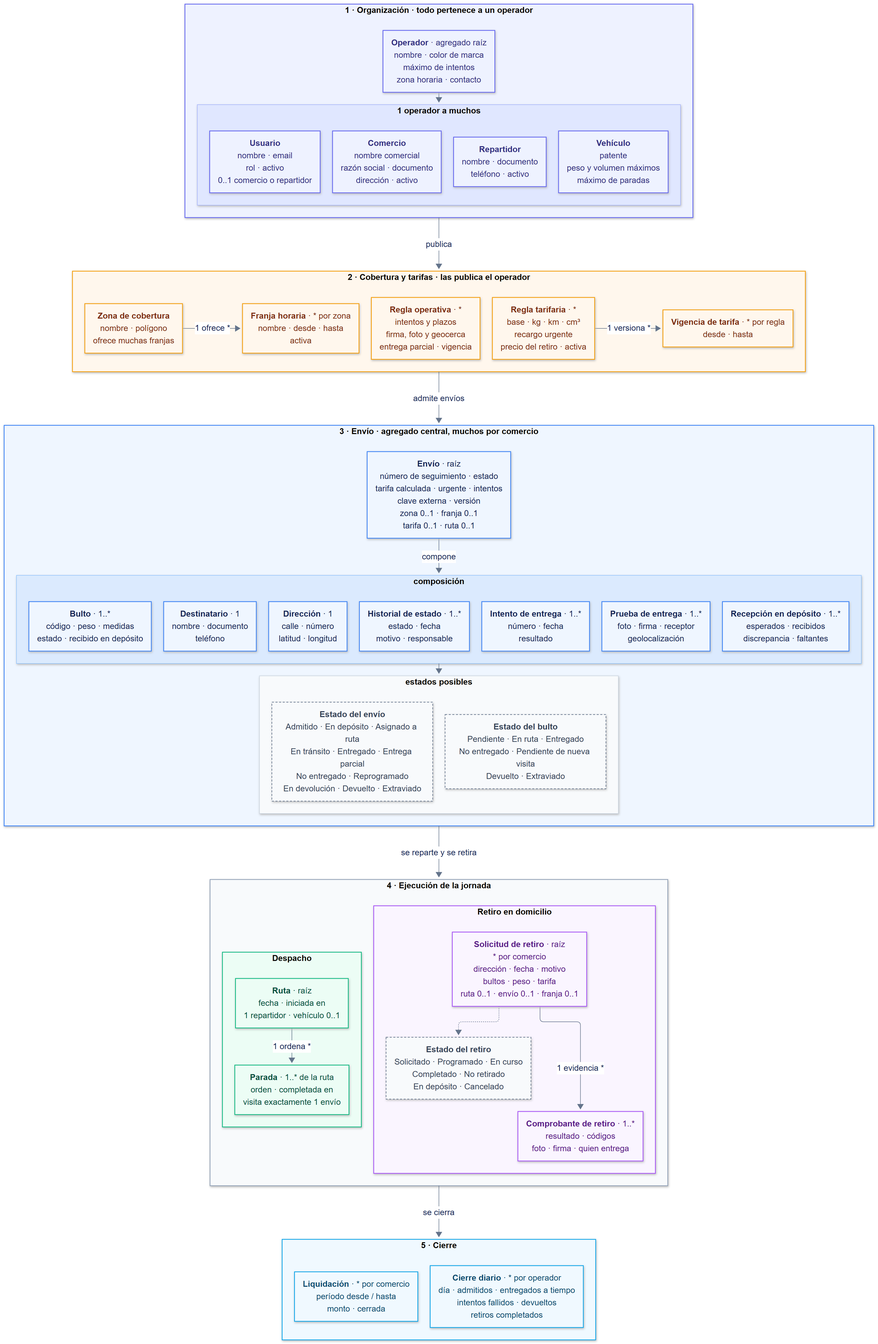
Before: NET/dominio.png, a diagram exported from Mermaid (JoelLeyes/JoelLeyes.github.io). Its source is kept beside it as NET/dominio.mmd.
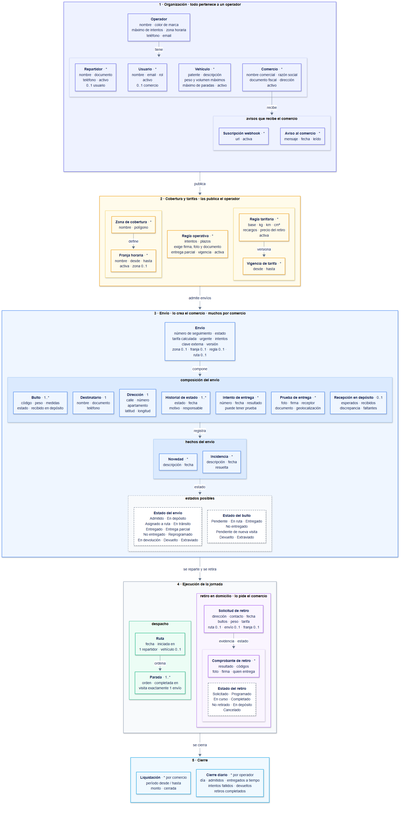
The same diagram one commit later.

Commit message:
modelado de dominio

Diff of the diagram source:
```diff
@@ -1,72 +1,91 @@
-%%{init: {"theme": "base", "themeVariables": {"fontFamily": "Arial, Helvetica, sans-serif", "fontSize": "16px", "primaryTextColor": "#172554", "lineColor": "#64748b", "clusterBkg": "#f8fafc", "clusterBorder": "#cbd5e1", "edgeLabelBackground": "#ffffff"}, "themeCSS": ".nodeLabel, .edgeLabel, .cluster-label, .label, span, p, text { font-family: Arial, Helvetica, sans-serif !important; } .cluster-label span { font-weight: bold; }", "flowchart": {"curve": "basis", "nodeSpacing": 28, "rankSpacing": 40, "padding": 18, "htmlLabels": true, "wrappingWidth": 280, "useMaxWidth": false}}}%%
+%%{init: {"theme": "base", "themeVariables": {"fontFamily": "Arial, Helvetica, sans-serif", "fontSize": "15px", "primaryTextColor": "#172554", "lineColor": "#64748b", "clusterBkg": "#f8fafc", "clusterBorder": "#cbd5e1", "edgeLabelBackground": "#ffffff"}, "themeCSS": ".nodeLabel, .edgeLabel, .cluster-label, .label, span, p, text { font-family: Arial, Helvetica, sans-serif !important; } .cluster-label span { font-weight: bold; }", "flowchart": {"curve": "basis", "nodeSpacing": 26, "rankSpacing": 42, "padding": 16, "htmlLabels": true, "wrappingWidth": 260}}}%%
 flowchart TB
 
     subgraph ORG["1 · Organización · todo pertenece a un operador"]
         direction TB
-        OP["<b>Operador</b> · agregado raíz<br/>nombre · color de marca<br/>máximo de intentos<br/>zona horaria · contacto"]
-        subgraph MIEM["1 operador a muchos"]
+        OP["<b>Operador</b><br/>nombre · color de marca<br/>máximo de intentos · zona horaria<br/>teléfono · email"]
+        subgraph ORG_F[" "]
             direction LR
-            US["<b>Usuario</b><br/>nombre · email<br/>rol · activo<br/>0..1 comercio o repartidor"]
-            CO["<b>Comercio</b><br/>nombre comercial<br/>razón social · documento<br/>dirección · activo"]
-            RE["<b>Repartidor</b><br/>nombre · documento<br/>teléfono · activo"]
-            VE["<b>Vehículo</b><br/>patente<br/>peso y volumen máximos<br/>máximo de paradas"]
-            US ~~~ CO ~~~ RE ~~~ VE
+            US["<b>Usuario</b> · *<br/>nombre · email · rol<br/>activo<br/>0..1 comercio"]
+            CO["<b>Comercio</b> · *<br/>nombre comercial · razón social<br/>documento fiscal · dirección<br/>activo"]
+            RE["<b>Repartidor</b> · *<br/>nombre · documento<br/>teléfono · activo<br/>0..1 usuario"]
+            VE["<b>Vehículo</b> · *<br/>patente · descripción<br/>peso y volumen máximos<br/>máximo de paradas · activo"]
         end
-        OP --> MIEM
+        subgraph AVS["avisos que recibe el comercio"]
+            direction LR
+            SW["<b>Suscripción webhook</b> · *<br/>url · activa"]
+            AV["<b>Aviso al comercio</b> · *<br/>mensaje · fecha · leído"]
+        end
+        OP -- "tiene" --> ORG_F
+        CO -- "recibe" --> AVS
     end
 
     subgraph COB["2 · Cobertura y tarifas · las publica el operador"]
         direction LR
-        ZO["<b>Zona de cobertura</b><br/>nombre · polígono<br/>ofrece muchas franjas"]
-        FR["<b>Franja horaria</b> · * por zona<br/>nombre · desde · hasta<br/>activa"]
-        RO["<b>Regla operativa</b> · *<br/>intentos y plazos<br/>firma, foto y geocerca<br/>entrega parcial · vigencia"]
-        RT["<b>Regla tarifaria</b> · *<br/>base · kg · km · cm³<br/>recargo urgente<br/>precio del retiro · activa"]
-        VI["<b>Vigencia de tarifa</b> · * por regla<br/>desde · hasta"]
-        ZO -- "1 ofrece *" --> FR
-        RT -- "1 versiona *" --> VI
-        FR ~~~ RO
-        RO ~~~ RT
+        subgraph ZON[" "]
+            direction TB
+            ZO["<b>Zona de cobertura</b> · *<br/>nombre · polígono"]
+            FR["<b>Franja horaria</b> · *<br/>nombre · desde · hasta<br/>activa · zona 0..1"]
+            ZO -- "define" --> FR
+        end
+        RO["<b>Regla operativa</b> · *<br/>intentos · plazos<br/>exige firma, foto y documento<br/>entrega parcial · vigencia · activa"]
+        subgraph TAR[" "]
+            direction TB
+            RT["<b>Regla tarifaria</b> · *<br/>base · kg · km · cm³<br/>recargos · precio del retiro<br/>activa"]
+            VT["<b>Vigencia de tarifa</b> · *<br/>desde · hasta"]
+            RT -- "versiona" --> VT
+        end
+        ZON ~~~ RO ~~~ TAR
     end
 
-    subgraph ENV["3 · Envío · agregado central, muchos por comercio"]
+    subgraph ENV_G["3 · Envío · lo crea el comercio · muchos por comercio"]
         direction TB
-        EN["<b>Envío</b> · raíz<br/>número de seguimiento · estado<br/>tarifa calculada · urgente · intentos<br/>clave externa · versión<br/>zona 0..1 · franja 0..1<br/>tarifa 0..1 · ruta 0..1"]
-        subgraph PARTES["composición"]
+        EN["<b>Envío</b><br/>número de seguimiento · estado<br/>tarifa calculada · urgente · intentos<br/>clave externa · versión<br/>zona 0..1 · franja 0..1 · regla 0..1 · ruta 0..1"]
+        subgraph COMP["composición del envío"]
             direction LR
             BU["<b>Bulto</b> · 1..*<br/>código · peso · medidas<br/>estado · recibido en depósito"]
             DE["<b>Destinatario</b> · 1<br/>nombre · documento<br/>teléfono"]
-            DI["<b>Dirección</b> · 1<br/>calle · número<br/>latitud · longitud"]
+            DI["<b>Dirección</b> · 1<br/>calle · número<br/>apartamento<br/>latitud · longitud"]
             HI["<b>Historial de estado</b> · 1..*<br/>estado · fecha<br/>motivo · responsable"]
-            IT["<b>Intento de entrega</b> · 1..*<br/>número · fecha<br/>resultado"]
-            PRU["<b>Prueba de entrega</b> · 1..*<br/>foto · firma · receptor<br/>geolocalización"]
-            REC["<b>Recepción en depósito</b> · 1..*<br/>esperados · recibidos<br/>discrepancia · faltantes"]
-            BU ~~~ DE ~~~ DI ~~~ HI ~~~ IT ~~~ PRU ~~~ REC
+            IT["<b>Intento de entrega</b> · *<br/>número · fecha · resultado<br/>puede tener prueba"]
+            PR["<b>Prueba de entrega</b> · *<br/>foto · firma · receptor<br/>documento · geolocalización"]
+            REC["<b>Recepción en depósito</b> · 0..1<br/>esperados · recibidos<br/>discrepancia · faltantes"]
+            BU ~~~ DE ~~~ DI ~~~ HI ~~~ IT ~~~ PR ~~~ REC
         end
-        subgraph ESTADOS["estados posibles"]
+        subgraph EXTRA["hechos del envío"]
             direction LR
-            EST["<b>Estado del envío</b><br/>Admitido · En depósito · Asignado a ruta<br/>En tránsito · Entregado · Entrega parcial<br/>No entregado · Reprogramado<br/>En devolución · Devuelto · Extraviado"]
-            ESB["<b>Estado del bulto</b><br/>Pendiente · En ruta · Entregado<br/>No entregado · Pendiente de nueva visita<br/>Devuelto · Extraviado"]
-            EST ~~~ ESB
+            NO["<b>Novedad</b> · *<br/>descripción · fecha"]
+            INC["<b>Incidencia</b> · *<br/>descripción · fecha<br/>resuelta"]
+            NO ~~~ INC
         end
-        EN -- "compone" --> PARTES
-        PARTES --> ESTADOS
+        subgraph EST["estados posibles"]
+            direction LR
+            EE["<b>Estado del envío</b><br/>Admitido · En depósito<br/>Asignado a ruta · En tránsito<br/>Entregado · Entrega parcial<br/>No entregado · Reprogramado<br/>En devolución · Devuelto · Extraviado"]
+            EB["<b>Estado del bulto</b><br/>Pendiente · En ruta · Entregado<br/>No entregado<br/>Pendiente de nueva visita<br/>Devuelto · Extraviado"]
+            EE ~~~ EB
+        end
+        EN -- "compone" --> COMP
+        COMP -- "registra" --> EXTRA
+        EXTRA -. "estado" .-> EST
     end
 
-    subgraph EJ["4 · Ejecución de la jornada"]
+    subgraph EJE["4 · Ejecución de la jornada"]
         direction LR
-        subgraph DES["Despacho"]
+        subgraph DES["despacho"]
             direction TB
-            RU["<b>Ruta</b> · raíz<br/>fecha · iniciada en<br/>1 repartidor · vehículo 0..1"]
-            PA["<b>Parada</b> · 1..* de la ruta<br/>orden · completada en<br/>visita exactamente 1 envío"]
-            RU -- "1 ordena *" --> PA
+            RU["<b>Ruta</b><br/>fecha · iniciada en<br/>1 repartidor · vehículo 0..1"]
+            PA["<b>Parada</b> · 1..*<br/>orden · completada en<br/>visita exactamente 1 envío"]
+            RU -- "ordena" --> PA
         end
-        subgraph RET["Retiro en domicilio"]
+        subgraph RET["retiro en domicilio · lo pide el comercio"]
             direction TB
-            SR["<b>Solicitud de retiro</b> · raíz<br/>* por comercio<br/>dirección · fecha · motivo<br/>bultos · peso · tarifa<br/>ruta 0..1 · envío 0..1 · franja 0..1"]
-            CR["<b>Comprobante de retiro</b> · 1..*<br/>resultado · códigos<br/>foto · firma · quien entrega"]
-            ESR["<b>Estado del retiro</b><br/>Solicitado · Programado · En curso<br/>Completado · No retirado<br/>En depósito · Cancelado"]
-            SR -- "1 evidencia *" --> CR
-            SR -.-> ESR
+            SR["<b>Solicitud de retiro</b><br/>dirección · contacto · fecha<br/>bultos · peso · tarifa<br/>ruta 0..1 · envío 0..1 · franja 0..1"]
+            subgraph RET_F[" "]
+                direction LR
+                CR["<b>Comprobante de retiro</b> · *<br/>resultado · códigos<br/>foto · firma · quien entrega"]
+                ER["<b>Estado del retiro</b><br/>Solicitado · Programado<br/>En curso · Completado<br/>No retirado · En depósito<br/>Cancelado"]
+            end
+            SR -- "evidencia · estado" --> RET_F
         end
         DES ~~~ RET
     end
@@ -79,33 +98,38 @@
     end
 
     ORG -- "publica" --> COB
-    COB -- "admite envíos" --> ENV
-    ENV -- "se reparte y se retira" --> EJ
-    EJ -- "se cierra" --> CIE
+    COB -- "admite envíos" --> ENV_G
+    ENV_G -- "se reparte y se retira" --> EJE
+    EJE -- "se cierra" --> CIE
 
-    classDef organizacion fill:#eef2ff,stroke:#6366f1,stroke-width:1.5px,color:#312e81
-    classDef cobertura fill:#fff7ed,stroke:#f59e0b,stroke-width:1.5px,color:#7c2d12
-    classDef envio fill:#eff6ff,stroke:#3b82f6,stroke-width:1.5px,color:#172554
-    classDef despacho fill:#ecfdf5,stroke:#10b981,stroke-width:1.5px,color:#064e3b
-    classDef retiro fill:#faf5ff,stroke:#a855f7,stroke-width:1.5px,color:#581c87
-    classDef cierre fill:#f0f9ff,stroke:#0ea5e9,stroke-width:1.5px,color:#0c4a6e
-    classDef enumeracion fill:#f8fafc,stroke:#64748b,stroke-width:1.2px,stroke-dasharray:4 3,color:#334155
+    classDef org fill:#eef2ff,stroke:#6366f1,stroke-width:1.5px,color:#172554
+    classDef cob fill:#fffbeb,stroke:#f59e0b,stroke-width:1.5px,color:#172554
+    classDef env fill:#eff6ff,stroke:#3b82f6,stroke-width:1.5px,color:#172554
+    classDef des fill:#ecfdf5,stroke:#10b981,stroke-width:1.5px,color:#172554
+    classDef ret fill:#faf5ff,stroke:#a855f7,stroke-width:1.5px,color:#172554
+    classDef cie fill:#f0f9ff,stroke:#0ea5e9,stroke-width:1.5px,color:#172554
+    classDef est fill:#ffffff,stroke:#64748b,stroke-width:1.4px,stroke-dasharray:5 4,color:#172554
 
-    class OP,US,CO,RE,VE organizacion
-    class ZO,FR,RO,RT,VI cobertura
-    class EN,BU,DE,DI,HI,IT,PRU,REC envio
-    class RU,PA despacho
-    class SR,CR retiro
-    class LI,CD cierre
-    class EST,ESB,ESR enumeracion
+    class OP,US,CO,RE,VE,SW,AV org
+    class ZO,FR,RO,RT,VT cob
+    class EN,BU,DE,DI,HI,IT,PR,REC,NO,INC env
+    class RU,PA des
+    class SR,CR ret
+    class LI,CD cie
+    class EE,EB,ER est
 
     style ORG fill:#eef2ff,stroke:#6366f1,stroke-width:1.5px
-    style MIEM fill:#e0e7ff,stroke:#a5b4fc,stroke-width:1px
-    style COB fill:#fff7ed,stroke:#f59e0b,stroke-width:1.5px
-    style ENV fill:#eff6ff,stroke:#3b82f6,stroke-width:1.5px
-    style PARTES fill:#dbeafe,stroke:#93c5fd,stroke-width:1px
-    style ESTADOS fill:#f8fafc,stroke:#cbd5e1,stroke-width:1px
-    style EJ fill:#f8fafc,stroke:#94a3b8,stroke-width:1.5px
-    style DES fill:#ecfdf5,stroke:#10b981,stroke-width:1.5px
-    style RET fill:#faf5ff,stroke:#a855f7,stroke-width:1.5px
+    style ORG_F fill:#eef2ff,stroke:#c7d2fe
+    style AVS fill:#eef2ff,stroke:#c7d2fe
+    style COB fill:#fffbeb,stroke:#f59e0b,stroke-width:1.5px
+    style ZON fill:#fffbeb,stroke:#fcd34d
+    style TAR fill:#fffbeb,stroke:#fcd34d
+    style ENV_G fill:#eff6ff,stroke:#3b82f6,stroke-width:1.5px
+    style COMP fill:#dbeafe,stroke:#93c5fd
+    style EXTRA fill:#dbeafe,stroke:#93c5fd
+    style EST fill:#f8fafc,stroke:#94a3b8,stroke-dasharray:5 4
+    style EJE fill:#f8fafc,stroke:#94a3b8,stroke-width:1.5px
+    style DES fill:#ecfdf5,stroke:#10b981
+    style RET fill:#faf5ff,stroke:#a855f7
+    style RET_F fill:#faf5ff,stroke:#e9d5ff
     style CIE fill:#f0f9ff,stroke:#0ea5e9,stroke-width:1.5px
```
